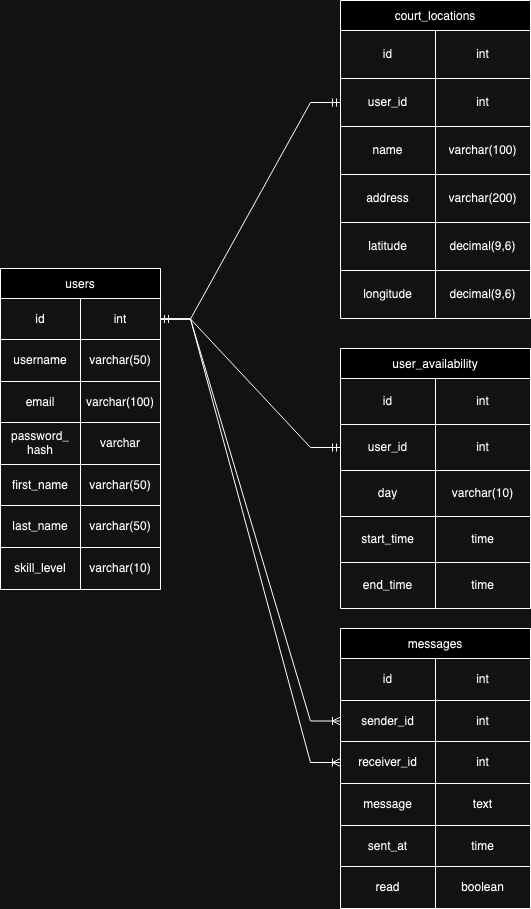
Above: TennisPal_Finder_schema.drawio.png in pkotis32/Capstone2 (draw.io), before the change. Source tidied: cells renumbered, new cells last; positions are measured from the earlier drawing's top-left corner, leaving out a move shared by most shapes.
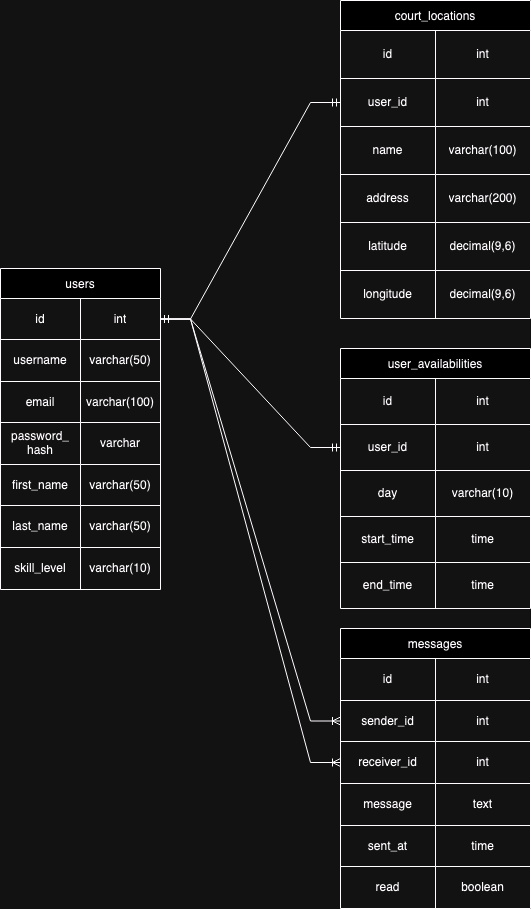
Above is the later version.

What changed in the source:
```diff
@@ -128,7 +128,7 @@
     <mxCell id="43" style="edgeStyle=entityRelationEdgeStyle;fontSize=12;html=1;endArrow=ERmandOne;startArrow=ERmandOne;rounded=0;entryX=0;entryY=0.5;entryDx=0;entryDy=0;exitX=1;exitY=0.5;exitDx=0;exitDy=0;" parent="1" edge="1" source="3" target="28">
       <mxGeometry relative="1" as="geometry" />
     </mxCell>
-    <mxCell id="44" value="user_availability" style="shape=table;startSize=30;" parent="1" vertex="1">
+    <mxCell id="44" value="user_availabilities" style="shape=table;startSize=30;" parent="1" vertex="1">
       <mxGeometry x="340" y="348" width="190" height="260" as="geometry" />
     </mxCell>
     <mxCell id="45" style="shape=tableRow;horizontal=0;startSize=0;swimlaneHead=0;swimlaneBody=0;strokeColor=inherit;top=0;left=0;bottom=0;right=0;fillColor=none;" parent="44" vertex="1">
```
